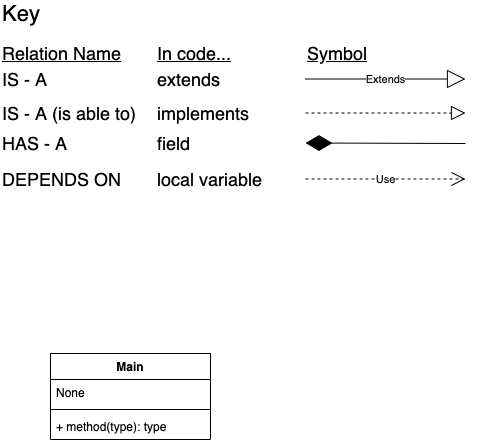
This is doc/SK Final Project UML.png from HHSAPCompSci2020/capstone-project-group-12-ks, a draw.io export, as it was before one commit. Source tidied: cells renumbered, new cells last; positions are measured from the earlier drawing's top-left corner, leaving out a move shared by most shapes.
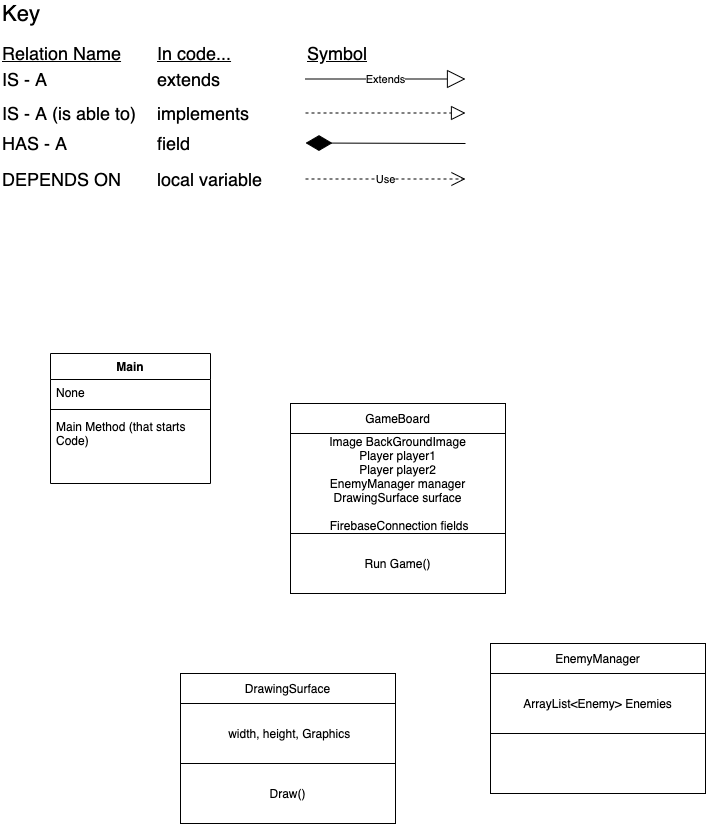
The same file after the commit.

Commit message:
ALPHA BUILD

Change to the diagram source:
```diff
@@ -63,7 +63,7 @@
       </mxGeometry>
     </mxCell>
     <mxCell id="18" value="Main" style="swimlane;fontStyle=1;align=center;verticalAlign=top;horizontal=1;startSize=26;" parent="1" vertex="1">
-      <mxGeometry x="50" y="350" width="160" height="86" as="geometry" />
+      <mxGeometry x="50" y="350" width="160" height="130" as="geometry" />
     </mxCell>
     <mxCell id="19" value="None" style="text;strokeColor=none;fillColor=none;align=left;verticalAlign=top;spacingLeft=4;spacingRight=4;overflow=hidden;" parent="18" vertex="1">
       <mxGeometry y="26" width="160" height="26" as="geometry" />
@@ -71,8 +71,35 @@
     <mxCell id="20" style="line;strokeWidth=1;fillColor=none;align=left;verticalAlign=middle;spacingTop=-1;spacingLeft=3;spacingRight=3;labelPosition=right;" parent="18" vertex="1">
       <mxGeometry y="52" width="160" height="8" as="geometry" />
     </mxCell>
-    <mxCell id="21" value="+ method(type): type" style="text;strokeColor=none;fillColor=none;align=left;verticalAlign=top;spacingLeft=4;spacingRight=4;overflow=hidden;" parent="18" vertex="1">
-      <mxGeometry y="60" width="160" height="26" as="geometry" />
+    <mxCell id="21" value="Main Method (that starts &#10;Code)" style="text;strokeColor=none;fillColor=none;align=left;verticalAlign=top;spacingLeft=4;spacingRight=4;overflow=hidden;" parent="18" vertex="1">
+      <mxGeometry y="60" width="160" height="70" as="geometry" />
     </mxCell>
+    <mxCell id="22" value="DrawingSurface" style="rounded=0;whiteSpace=wrap;html=1;" parent="1" vertex="1">
+      <mxGeometry x="180" y="670" width="215" height="30" as="geometry" />
+    </mxCell>
+    <mxCell id="23" value="&amp;nbsp;width, height, Graphics" style="rounded=0;whiteSpace=wrap;html=1;" parent="1" vertex="1">
+      <mxGeometry x="180" y="700" width="215" height="60" as="geometry" />
+    </mxCell>
+    <mxCell id="24" value="Draw()&lt;br&gt;" style="rounded=0;whiteSpace=wrap;html=1;" parent="1" vertex="1">
+      <mxGeometry x="180" y="760" width="215" height="60" as="geometry" />
+    </mxCell>
+    <mxCell id="25" value="GameBoard" style="rounded=0;whiteSpace=wrap;html=1;" parent="1" vertex="1">
+      <mxGeometry x="290" y="400" width="215" height="30" as="geometry" />
+    </mxCell>
+    <mxCell id="26" value="Image BackGroundImage&lt;br&gt;Player player1&lt;br&gt;Player player2&lt;br&gt;EnemyManager manager&lt;br&gt;DrawingSurface surface&lt;br&gt;&lt;br&gt;&amp;nbsp;FirebaseConnection fields" style="rounded=0;whiteSpace=wrap;html=1;" parent="1" vertex="1">
+      <mxGeometry x="290" y="430" width="215" height="100" as="geometry" />
+    </mxCell>
+    <mxCell id="27" value="Run Game()" style="rounded=0;whiteSpace=wrap;html=1;" parent="1" vertex="1">
+      <mxGeometry x="290" y="530" width="215" height="60" as="geometry" />
+    </mxCell>
+    <mxCell id="28" value="EnemyManager" style="rounded=0;whiteSpace=wrap;html=1;" parent="1" vertex="1">
+      <mxGeometry x="490" y="640" width="215" height="30" as="geometry" />
+    </mxCell>
+    <mxCell id="29" value="ArrayList&amp;lt;Enemy&amp;gt; Enemies" style="rounded=0;whiteSpace=wrap;html=1;" parent="1" vertex="1">
+      <mxGeometry x="490" y="670" width="215" height="60" as="geometry" />
+    </mxCell>
+    <mxCell id="30" style="rounded=0;whiteSpace=wrap;html=1;" parent="1" vertex="1">
+      <mxGeometry x="490" y="730" width="215" height="60" as="geometry" />
+    </mxCell>
   </root>
 </mxGraphModel>
```
